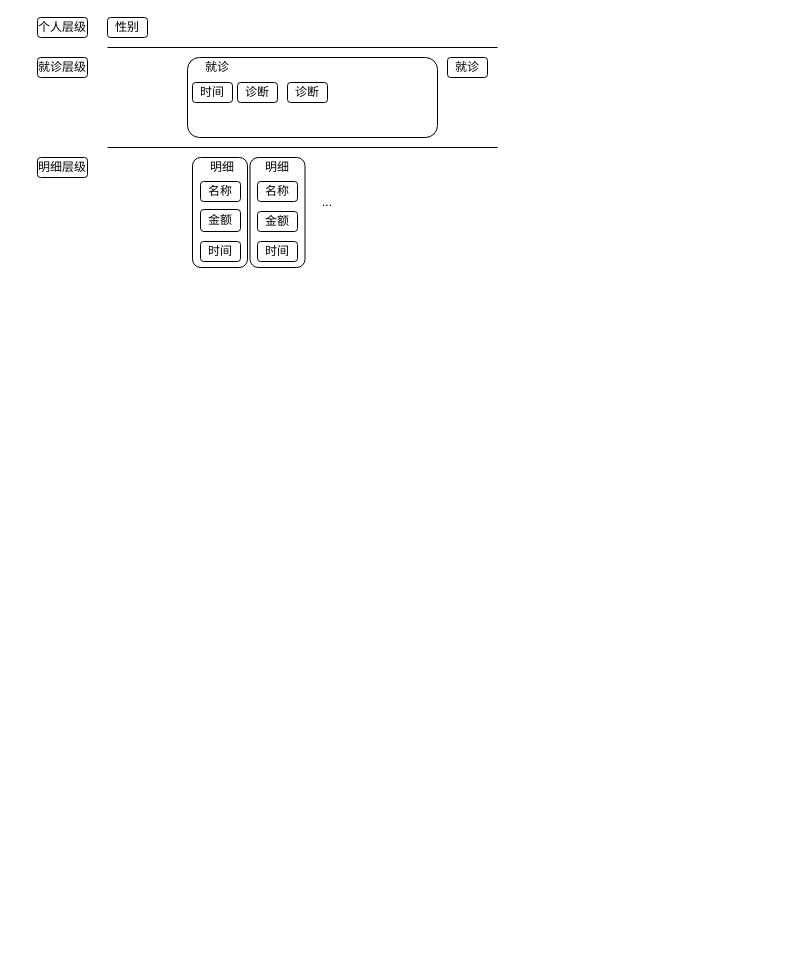
The draw.io diagram page "network" (3 of 3) of 专利/med2vec.drawio in XiaoLiuAI/diagrams, before the edit. Source tidied: cells renumbered, new cells numbered last; positions are measured from the earlier drawing's top-left corner, leaving out a move shared by most shapes. Both pictures are drawn from the tidied source at 100%, with x=0, y=0 at pixel (37, 17).
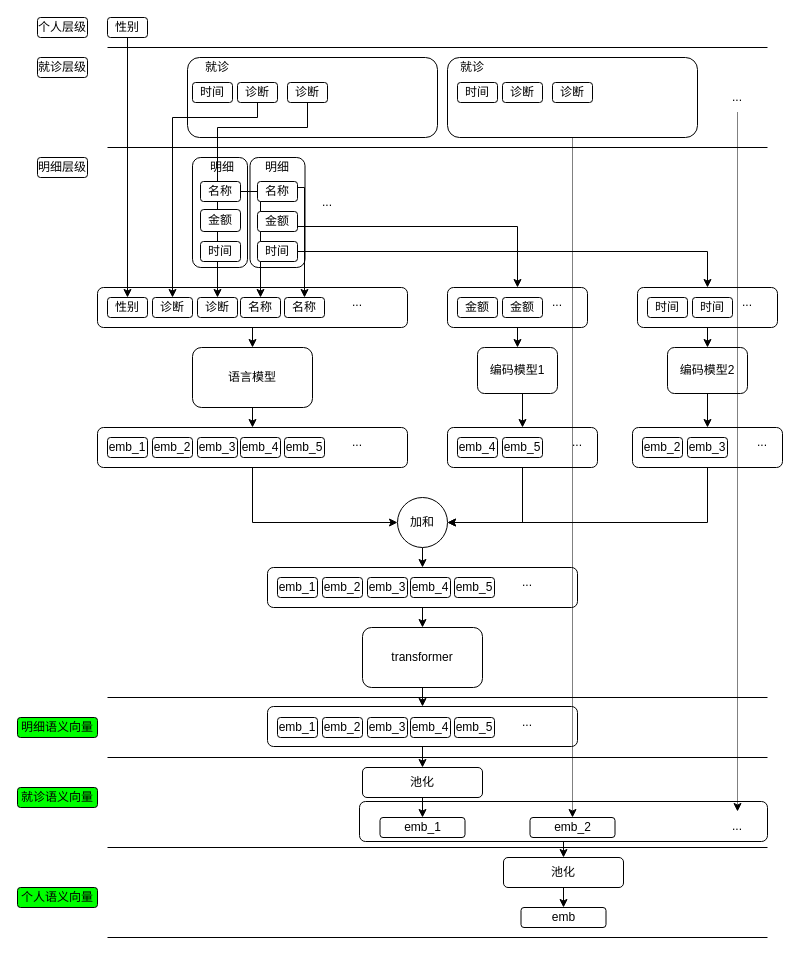
After the change.

The change refers to these unchanged cells:
```xml
<mxCell id="5" value="性别" style="rounded=1;whiteSpace=wrap;html=1;" parent="1" vertex="1">
  <mxGeometry x="70" width="40" height="20" as="geometry" />
</mxCell>
<mxCell id="8" value="诊断" style="rounded=1;whiteSpace=wrap;html=1;" parent="1" vertex="1">
  <mxGeometry x="200" y="65" width="40" height="20" as="geometry" />
</mxCell>
<mxCell id="9" value="诊断" style="rounded=1;whiteSpace=wrap;html=1;" parent="1" vertex="1">
  <mxGeometry x="250" y="65" width="40" height="20" as="geometry" />
</mxCell>
<mxCell id="10" value="名称" style="rounded=1;whiteSpace=wrap;html=1;" parent="1" vertex="1">
  <mxGeometry x="163" y="164" width="40" height="20" as="geometry" />
</mxCell>
<mxCell id="13" value="金额" style="rounded=1;whiteSpace=wrap;html=1;" parent="1" vertex="1">
  <mxGeometry x="220" y="194" width="40" height="20" as="geometry" />
</mxCell>
<mxCell id="15" value="时间" style="rounded=1;whiteSpace=wrap;html=1;" parent="1" vertex="1">
  <mxGeometry x="220" y="224" width="40" height="20" as="geometry" />
</mxCell>
<mxCell id="25" value="..." style="text;html=1;strokeColor=none;fillColor=none;align=center;verticalAlign=middle;whiteSpace=wrap;rounded=0;" parent="1" vertex="1">
  <mxGeometry x="260" y="170" width="60" height="30" as="geometry" />
</mxCell>
```

What changed in the source:
```diff
@@
+    <mxCell id="26" style="edgeStyle=orthogonalEdgeStyle;rounded=0;jettySize=auto;html=1;exitX=0.5;exitY=1;exitDx=0;exitDy=0;entryX=0.5;entryY=0;entryDx=0;entryDy=0;fontColor=#33FF33;" parent="1" edge="1" source="27" target="114">
+      <mxGeometry relative="1" as="geometry" />
+    </mxCell>
+    <mxCell id="27" style="rounded=1;whiteSpace=wrap;html=1;" parent="1" vertex="1">
+      <mxGeometry x="322" y="784" width="408" height="40" as="geometry" />
+    </mxCell>
+    <mxCell id="28" style="edgeStyle=none;rounded=0;jettySize=auto;html=1;exitX=0.5;exitY=1;exitDx=0;exitDy=0;entryX=0.5;entryY=0;entryDx=0;entryDy=0;" parent="1" edge="1" source="29" target="42">
+      <mxGeometry relative="1" as="geometry" />
+    </mxCell>
+    <mxCell id="29" style="rounded=1;whiteSpace=wrap;html=1;" parent="1" vertex="1">
+      <mxGeometry x="60" y="270" width="310" height="40" as="geometry" />
+    </mxCell>
@@
+    <mxCell id="30" style="edgeStyle=orthogonalEdgeStyle;rounded=0;jettySize=auto;html=1;exitX=0.5;exitY=1;exitDx=0;exitDy=0;entryX=0.5;entryY=0;entryDx=0;entryDy=0;" parent="1" edge="1" source="5" target="36">
+      <mxGeometry relative="1" as="geometry" />
+    </mxCell>
@@
-    <mxCell id="7" value="就诊" style="rounded=1;whiteSpace=wrap;html=1;" parent="1" vertex="1">
-      <mxGeometry x="410" y="40" width="40" height="20" as="geometry" />
-    </mxCell>
+    <mxCell id="31" style="edgeStyle=orthogonalEdgeStyle;rounded=0;jettySize=auto;html=1;exitX=0.5;exitY=1;exitDx=0;exitDy=0;entryX=0.5;entryY=0;entryDx=0;entryDy=0;" parent="1" edge="1" source="8" target="37">
+      <mxGeometry relative="1" as="geometry">
+        <Array as="points">
+          <mxPoint x="220" y="100" />
+          <mxPoint x="135" y="100" />
+        </Array>
+      </mxGeometry>
+    </mxCell>
@@
+    <mxCell id="32" style="edgeStyle=orthogonalEdgeStyle;rounded=0;jettySize=auto;html=1;exitX=0.5;exitY=1;exitDx=0;exitDy=0;entryX=0.5;entryY=0;entryDx=0;entryDy=0;" parent="1" edge="1" source="9" target="38">
+      <mxGeometry relative="1" as="geometry">
+        <Array as="points">
+          <mxPoint x="270" y="110" />
+          <mxPoint x="180" y="110" />
+        </Array>
+      </mxGeometry>
+    </mxCell>
@@
+    <mxCell id="33" style="edgeStyle=orthogonalEdgeStyle;rounded=0;jettySize=auto;html=1;exitX=1;exitY=0.5;exitDx=0;exitDy=0;entryX=0.5;entryY=0;entryDx=0;entryDy=0;" parent="1" edge="1" source="10" target="39">
+      <mxGeometry relative="1" as="geometry" />
+    </mxCell>
@@
+    <mxCell id="34" style="edgeStyle=orthogonalEdgeStyle;rounded=0;jettySize=auto;html=1;exitX=1;exitY=0.75;exitDx=0;exitDy=0;entryX=0.5;entryY=0;entryDx=0;entryDy=0;" parent="1" edge="1" source="13" target="53">
+      <mxGeometry relative="1" as="geometry" />
+    </mxCell>
@@
     <mxCell id="18" style="endArrow=none;html=1;rounded=0;" parent="1" edge="1">
       <mxGeometry relative="1" as="geometry">
         <mxPoint x="70" y="30" as="sourcePoint" />
-        <mxPoint x="460" y="30" as="targetPoint" />
+        <mxPoint x="730" y="30" as="targetPoint" />
       </mxGeometry>
     </mxCell>
     <mxCell id="19" style="endArrow=none;html=1;rounded=0;" parent="1" edge="1">
       <mxGeometry relative="1" as="geometry">
         <mxPoint x="70" y="130" as="sourcePoint" />
-        <mxPoint x="460" y="130" as="targetPoint" />
+        <mxPoint x="730" y="130" as="targetPoint" />
       </mxGeometry>
     </mxCell>
@@
+    <mxCell id="35" style="edgeStyle=orthogonalEdgeStyle;rounded=0;jettySize=auto;html=1;exitX=0;exitY=0;exitDx=0;exitDy=0;entryX=0.5;entryY=0;entryDx=0;entryDy=0;" parent="1" edge="1" source="25" target="40">
+      <mxGeometry relative="1" as="geometry">
+        <Array as="points">
+          <mxPoint x="267" y="170" />
+        </Array>
+      </mxGeometry>
+    </mxCell>
@@
+    <mxCell id="36" value="性别" style="rounded=1;whiteSpace=wrap;html=1;" parent="1" vertex="1">
+      <mxGeometry x="70" y="280" width="40" height="20" as="geometry" />
+    </mxCell>
+    <mxCell id="37" value="诊断" style="rounded=1;whiteSpace=wrap;html=1;" parent="1" vertex="1">
+      <mxGeometry x="115" y="280" width="40" height="20" as="geometry" />
+    </mxCell>
+    <mxCell id="38" value="诊断" style="rounded=1;whiteSpace=wrap;html=1;" parent="1" vertex="1">
+      <mxGeometry x="160" y="280" width="40" height="20" as="geometry" />
+    </mxCell>
+    <mxCell id="39" value="名称" style="rounded=1;whiteSpace=wrap;html=1;" parent="1" vertex="1">
+      <mxGeometry x="203" y="280" width="40" height="20" as="geometry" />
+    </mxCell>
+    <mxCell id="40" value="名称" style="rounded=1;whiteSpace=wrap;html=1;" parent="1" vertex="1">
+      <mxGeometry x="247" y="280" width="40" height="20" as="geometry" />
+    </mxCell>
+    <mxCell id="41" value="..." style="text;html=1;strokeColor=none;fillColor=none;align=center;verticalAlign=middle;whiteSpace=wrap;rounded=0;" parent="1" vertex="1">
+      <mxGeometry x="290" y="270" width="60" height="30" as="geometry" />
+    </mxCell>
+    <mxCell id="42" value="语言模型" style="rounded=1;whiteSpace=wrap;html=1;" parent="1" vertex="1">
+      <mxGeometry x="155" y="330" width="120" height="60" as="geometry" />
+    </mxCell>
+    <mxCell id="43" style="edgeStyle=orthogonalEdgeStyle;rounded=0;jettySize=auto;html=1;exitX=0.5;exitY=1;exitDx=0;exitDy=0;entryX=0;entryY=0.5;entryDx=0;entryDy=0;" parent="1" edge="1" source="44" target="76">
+      <mxGeometry relative="1" as="geometry" />
+    </mxCell>
+    <mxCell id="44" style="rounded=1;whiteSpace=wrap;html=1;" parent="1" vertex="1">
+      <mxGeometry x="60" y="410" width="310" height="40" as="geometry" />
+    </mxCell>
+    <mxCell id="45" value="emb_1" style="rounded=1;whiteSpace=wrap;html=1;" parent="1" vertex="1">
+      <mxGeometry x="70" y="420" width="40" height="20" as="geometry" />
+    </mxCell>
+    <mxCell id="46" value="emb_2" style="rounded=1;whiteSpace=wrap;html=1;" parent="1" vertex="1">
+      <mxGeometry x="115" y="420" width="40" height="20" as="geometry" />
+    </mxCell>
+    <mxCell id="47" value="emb_3" style="rounded=1;whiteSpace=wrap;html=1;" parent="1" vertex="1">
+      <mxGeometry x="160" y="420" width="40" height="20" as="geometry" />
+    </mxCell>
+    <mxCell id="48" value="emb_4" style="rounded=1;whiteSpace=wrap;html=1;" parent="1" vertex="1">
+      <mxGeometry x="203" y="420" width="40" height="20" as="geometry" />
+    </mxCell>
+    <mxCell id="49" value="emb_5" style="rounded=1;whiteSpace=wrap;html=1;" parent="1" vertex="1">
+      <mxGeometry x="247" y="420" width="40" height="20" as="geometry" />
+    </mxCell>
+    <mxCell id="50" value="..." style="text;html=1;strokeColor=none;fillColor=none;align=center;verticalAlign=middle;whiteSpace=wrap;rounded=0;" parent="1" vertex="1">
+      <mxGeometry x="290" y="410" width="60" height="30" as="geometry" />
+    </mxCell>
+    <mxCell id="51" style="edgeStyle=none;rounded=0;jettySize=auto;html=1;exitX=0.5;exitY=1;exitDx=0;exitDy=0;entryX=0.5;entryY=0;entryDx=0;entryDy=0;" parent="1" edge="1" source="42" target="44">
+      <mxGeometry relative="1" as="geometry" />
+    </mxCell>
+    <mxCell id="52" style="edgeStyle=orthogonalEdgeStyle;rounded=0;jettySize=auto;html=1;exitX=0.5;exitY=1;exitDx=0;exitDy=0;entryX=0.5;entryY=0;entryDx=0;entryDy=0;" parent="1" edge="1" source="53" target="64">
+      <mxGeometry relative="1" as="geometry" />
+    </mxCell>
+    <mxCell id="53" style="rounded=1;whiteSpace=wrap;html=1;" parent="1" vertex="1">
+      <mxGeometry x="410" y="270" width="140" height="40" as="geometry" />
+    </mxCell>
+    <mxCell id="54" value="金额" style="rounded=1;whiteSpace=wrap;html=1;" parent="1" vertex="1">
+      <mxGeometry x="420" y="280" width="40" height="20" as="geometry" />
+    </mxCell>
+    <mxCell id="55" value="金额" style="rounded=1;whiteSpace=wrap;html=1;" parent="1" vertex="1">
+      <mxGeometry x="465" y="280" width="40" height="20" as="geometry" />
+    </mxCell>
+    <mxCell id="56" value="..." style="text;html=1;strokeColor=none;fillColor=none;align=center;verticalAlign=middle;whiteSpace=wrap;rounded=0;" parent="1" vertex="1">
+      <mxGeometry x="490" y="270" width="60" height="30" as="geometry" />
+    </mxCell>
+    <mxCell id="57" style="edgeStyle=orthogonalEdgeStyle;rounded=0;jettySize=auto;html=1;exitX=0.5;exitY=1;exitDx=0;exitDy=0;entryX=0.5;entryY=0;entryDx=0;entryDy=0;" parent="1" edge="1" source="58" target="66">
+      <mxGeometry relative="1" as="geometry" />
+    </mxCell>
+    <mxCell id="58" style="rounded=1;whiteSpace=wrap;html=1;" parent="1" vertex="1">
+      <mxGeometry x="600" y="270" width="140" height="40" as="geometry" />
+    </mxCell>
+    <mxCell id="59" value="时间" style="rounded=1;whiteSpace=wrap;html=1;" parent="1" vertex="1">
+      <mxGeometry x="610" y="280" width="40" height="20" as="geometry" />
+    </mxCell>
+    <mxCell id="60" value="时间" style="rounded=1;whiteSpace=wrap;html=1;" parent="1" vertex="1">
+      <mxGeometry x="655" y="280" width="40" height="20" as="geometry" />
+    </mxCell>
+    <mxCell id="61" value="..." style="text;html=1;strokeColor=none;fillColor=none;align=center;verticalAlign=middle;whiteSpace=wrap;rounded=0;" parent="1" vertex="1">
+      <mxGeometry x="680" y="270" width="60" height="30" as="geometry" />
+    </mxCell>
+    <mxCell id="62" style="edgeStyle=orthogonalEdgeStyle;rounded=0;jettySize=auto;html=1;exitX=1;exitY=0.5;exitDx=0;exitDy=0;entryX=0.5;entryY=0;entryDx=0;entryDy=0;" parent="1" edge="1" source="15" target="58">
+      <mxGeometry relative="1" as="geometry" />
+    </mxCell>
+    <mxCell id="63" style="edgeStyle=orthogonalEdgeStyle;rounded=0;jettySize=auto;html=1;exitX=0.5;exitY=1;exitDx=0;exitDy=0;entryX=0.5;entryY=0;entryDx=0;entryDy=0;" parent="1" edge="1" source="64" target="67">
+      <mxGeometry relative="1" as="geometry" />
+    </mxCell>
+    <mxCell id="64" value="编码模型1" style="rounded=1;whiteSpace=wrap;html=1;" parent="1" vertex="1">
+      <mxGeometry x="440" y="330" width="80" height="46" as="geometry" />
+    </mxCell>
+    <mxCell id="65" style="edgeStyle=orthogonalEdgeStyle;rounded=0;jettySize=auto;html=1;exitX=0.5;exitY=1;exitDx=0;exitDy=0;entryX=0.5;entryY=0;entryDx=0;entryDy=0;" parent="1" edge="1" source="66" target="71">
+      <mxGeometry relative="1" as="geometry" />
+    </mxCell>
+    <mxCell id="66" value="编码模型2" style="rounded=1;whiteSpace=wrap;html=1;" parent="1" vertex="1">
+      <mxGeometry x="630" y="330" width="80" height="46" as="geometry" />
+    </mxCell>
+    <mxCell id="67" style="rounded=1;whiteSpace=wrap;html=1;" parent="1" vertex="1">
+      <mxGeometry x="410" y="410" width="150" height="40" as="geometry" />
+    </mxCell>
+    <mxCell id="68" value="emb_4" style="rounded=1;whiteSpace=wrap;html=1;" parent="1" vertex="1">
+      <mxGeometry x="420" y="420" width="40" height="20" as="geometry" />
+    </mxCell>
+    <mxCell id="69" value="emb_5" style="rounded=1;whiteSpace=wrap;html=1;" parent="1" vertex="1">
+      <mxGeometry x="465" y="420" width="40" height="20" as="geometry" />
+    </mxCell>
+    <mxCell id="70" value="..." style="text;html=1;strokeColor=none;fillColor=none;align=center;verticalAlign=middle;whiteSpace=wrap;rounded=0;" parent="1" vertex="1">
+      <mxGeometry x="510" y="410" width="60" height="30" as="geometry" />
+    </mxCell>
+    <mxCell id="71" style="rounded=1;whiteSpace=wrap;html=1;" parent="1" vertex="1">
+      <mxGeometry x="595" y="410" width="150" height="40" as="geometry" />
+    </mxCell>
+    <mxCell id="72" value="emb_2" style="rounded=1;whiteSpace=wrap;html=1;" parent="1" vertex="1">
+      <mxGeometry x="605" y="420" width="40" height="20" as="geometry" />
+    </mxCell>
+    <mxCell id="73" value="emb_3" style="rounded=1;whiteSpace=wrap;html=1;" parent="1" vertex="1">
+      <mxGeometry x="650" y="420" width="40" height="20" as="geometry" />
+    </mxCell>
+    <mxCell id="74" value="..." style="text;html=1;strokeColor=none;fillColor=none;align=center;verticalAlign=middle;whiteSpace=wrap;rounded=0;" parent="1" vertex="1">
+      <mxGeometry x="695" y="410" width="60" height="30" as="geometry" />
+    </mxCell>
+    <mxCell id="75" style="edgeStyle=orthogonalEdgeStyle;rounded=0;jettySize=auto;html=1;exitX=0.5;exitY=1;exitDx=0;exitDy=0;entryX=0.5;entryY=0;entryDx=0;entryDy=0;" parent="1" edge="1" source="76">
+      <mxGeometry relative="1" as="geometry">
+        <mxPoint x="385" y="550" as="targetPoint" />
+      </mxGeometry>
+    </mxCell>
+    <mxCell id="76" value="加和" style="ellipse;whiteSpace=wrap;html=1;" parent="1" vertex="1">
+      <mxGeometry x="360" y="480" width="50" height="50" as="geometry" />
+    </mxCell>
+    <mxCell id="77" style="edgeStyle=orthogonalEdgeStyle;rounded=0;jettySize=auto;html=1;exitX=0.5;exitY=1;exitDx=0;exitDy=0;entryX=1;entryY=0.5;entryDx=0;entryDy=0;" parent="1" edge="1" source="67" target="76">
+      <mxGeometry relative="1" as="geometry" />
+    </mxCell>
+    <mxCell id="78" style="edgeStyle=orthogonalEdgeStyle;rounded=0;jettySize=auto;html=1;exitX=0.5;exitY=1;exitDx=0;exitDy=0;entryX=1;entryY=0.5;entryDx=0;entryDy=0;" parent="1" edge="1" source="71" target="76">
+      <mxGeometry relative="1" as="geometry" />
+    </mxCell>
+    <mxCell id="79" style="edgeStyle=orthogonalEdgeStyle;rounded=0;jettySize=auto;html=1;exitX=0.5;exitY=1;exitDx=0;exitDy=0;entryX=0.5;entryY=0;entryDx=0;entryDy=0;" parent="1" edge="1" target="81">
+      <mxGeometry relative="1" as="geometry">
+        <mxPoint x="385" y="590" as="sourcePoint" />
+      </mxGeometry>
+    </mxCell>
+    <mxCell id="80" style="edgeStyle=orthogonalEdgeStyle;rounded=0;jettySize=auto;html=1;exitX=0.5;exitY=1;exitDx=0;exitDy=0;entryX=0.5;entryY=0;entryDx=0;entryDy=0;" parent="1" edge="1" source="81" target="92">
+      <mxGeometry relative="1" as="geometry" />
+    </mxCell>
+    <mxCell id="81" value="transformer" style="rounded=1;whiteSpace=wrap;html=1;" parent="1" vertex="1">
+      <mxGeometry x="325" y="610" width="120" height="60" as="geometry" />
+    </mxCell>
+    <mxCell id="82" value="明细语义向量" style="rounded=1;whiteSpace=wrap;html=1;fillColor=#00FF00;" parent="1" vertex="1">
+      <mxGeometry x="-20" y="700" width="80" height="20" as="geometry" />
+    </mxCell>
+    <mxCell id="83" style="group;" parent="1" vertex="1">
+      <mxGeometry x="230" y="550" width="310" height="40" as="geometry" />
+    </mxCell>
+    <mxCell id="84" style="rounded=1;whiteSpace=wrap;html=1;" parent="83" vertex="1">
+      <mxGeometry width="310" height="40" as="geometry" />
+    </mxCell>
+    <mxCell id="85" value="emb_1" style="rounded=1;whiteSpace=wrap;html=1;" parent="83" vertex="1">
+      <mxGeometry x="10" y="10" width="40" height="20" as="geometry" />
+    </mxCell>
+    <mxCell id="86" value="emb_2" style="rounded=1;whiteSpace=wrap;html=1;" parent="83" vertex="1">
+      <mxGeometry x="55" y="10" width="40" height="20" as="geometry" />
+    </mxCell>
+    <mxCell id="87" value="emb_3" style="rounded=1;whiteSpace=wrap;html=1;" parent="83" vertex="1">
+      <mxGeometry x="100" y="10" width="40" height="20" as="geometry" />
+    </mxCell>
+    <mxCell id="88" value="emb_4" style="rounded=1;whiteSpace=wrap;html=1;" parent="83" vertex="1">
+      <mxGeometry x="143" y="10" width="40" height="20" as="geometry" />
+    </mxCell>
+    <mxCell id="89" value="emb_5" style="rounded=1;whiteSpace=wrap;html=1;" parent="83" vertex="1">
+      <mxGeometry x="187" y="10" width="40" height="20" as="geometry" />
+    </mxCell>
+    <mxCell id="90" value="..." style="text;html=1;strokeColor=none;fillColor=none;align=center;verticalAlign=middle;whiteSpace=wrap;rounded=0;" parent="83" vertex="1">
+      <mxGeometry x="230" width="60" height="30" as="geometry" />
+    </mxCell>
+    <mxCell id="91" style="group;" parent="1" vertex="1">
+      <mxGeometry x="230" y="690" width="310" height="40" as="geometry" />
+    </mxCell>
+    <mxCell id="92" style="rounded=1;whiteSpace=wrap;html=1;" parent="91" vertex="1">
+      <mxGeometry y="-1" width="310" height="40" as="geometry" />
+    </mxCell>
+    <mxCell id="93" value="emb_1" style="rounded=1;whiteSpace=wrap;html=1;" parent="91" vertex="1">
+      <mxGeometry x="10" y="10" width="40" height="20" as="geometry" />
+    </mxCell>
+    <mxCell id="94" value="emb_2" style="rounded=1;whiteSpace=wrap;html=1;" parent="91" vertex="1">
+      <mxGeometry x="55" y="10" width="40" height="20" as="geometry" />
+    </mxCell>
+    <mxCell id="95" value="emb_3" style="rounded=1;whiteSpace=wrap;html=1;" parent="91" vertex="1">
+      <mxGeometry x="100" y="10" width="40" height="20" as="geometry" />
+    </mxCell>
+    <mxCell id="96" value="emb_4" style="rounded=1;whiteSpace=wrap;html=1;" parent="91" vertex="1">
+      <mxGeometry x="143" y="10" width="40" height="20" as="geometry" />
+    </mxCell>
+    <mxCell id="97" value="emb_5" style="rounded=1;whiteSpace=wrap;html=1;" parent="91" vertex="1">
+      <mxGeometry x="187" y="10" width="40" height="20" as="geometry" />
+    </mxCell>
+    <mxCell id="98" value="..." style="text;html=1;strokeColor=none;fillColor=none;align=center;verticalAlign=middle;whiteSpace=wrap;rounded=0;" parent="91" vertex="1">
+      <mxGeometry x="230" width="60" height="30" as="geometry" />
+    </mxCell>
+    <mxCell id="99" style="edgeStyle=orthogonalEdgeStyle;rounded=0;jettySize=auto;html=1;exitX=0.5;exitY=1;exitDx=0;exitDy=0;entryX=0.5;entryY=0;entryDx=0;entryDy=0;fontColor=#33FF33;" parent="1" edge="1" source="100" target="102">
+      <mxGeometry relative="1" as="geometry" />
+    </mxCell>
+    <mxCell id="100" value="池化" style="rounded=1;whiteSpace=wrap;html=1;" parent="1" vertex="1">
+      <mxGeometry x="325" y="750" width="120" height="30" as="geometry" />
+    </mxCell>
+    <mxCell id="101" style="edgeStyle=orthogonalEdgeStyle;rounded=0;jettySize=auto;html=1;exitX=0.5;exitY=1;exitDx=0;exitDy=0;entryX=0.5;entryY=0;entryDx=0;entryDy=0;fontColor=#33FF33;" parent="1" edge="1" source="92" target="100">
+      <mxGeometry relative="1" as="geometry" />
+    </mxCell>
+    <mxCell id="102" value="emb_1" style="rounded=1;whiteSpace=wrap;html=1;" parent="1" vertex="1">
+      <mxGeometry x="342.5" y="800" width="85" height="20" as="geometry" />
+    </mxCell>
+    <mxCell id="103" style="edgeStyle=orthogonalEdgeStyle;rounded=0;jettySize=auto;html=1;exitX=0.5;exitY=1;exitDx=0;exitDy=0;entryX=0.5;entryY=0;entryDx=0;entryDy=0;fontColor=#33FF33;dashed=1;dashPattern=1 1;" parent="1" edge="1" source="104" target="112">
+      <mxGeometry relative="1" as="geometry" />
+    </mxCell>
+    <mxCell id="104" style="rounded=1;whiteSpace=wrap;html=1;" parent="1" vertex="1">
+      <mxGeometry x="410" y="40" width="250" height="80" as="geometry" />
+    </mxCell>
+    <mxCell id="105" value="诊断" style="rounded=1;whiteSpace=wrap;html=1;" parent="1" vertex="1">
+      <mxGeometry x="465" y="65" width="40" height="20" as="geometry" />
+    </mxCell>
+    <mxCell id="106" value="诊断" style="rounded=1;whiteSpace=wrap;html=1;" parent="1" vertex="1">
+      <mxGeometry x="515" y="65" width="40" height="20" as="geometry" />
+    </mxCell>
+    <mxCell id="107" value="时间" style="rounded=1;whiteSpace=wrap;html=1;" parent="1" vertex="1">
+      <mxGeometry x="420" y="65" width="40" height="20" as="geometry" />
+    </mxCell>
+    <mxCell id="108" style="endArrow=none;html=1;rounded=0;" parent="1" edge="1">
+      <mxGeometry relative="1" as="geometry">
+        <mxPoint x="70" y="740" as="sourcePoint" />
+        <mxPoint x="730" y="740" as="targetPoint" />
+      </mxGeometry>
+    </mxCell>
+    <mxCell id="109" style="endArrow=none;html=1;rounded=0;" parent="1" edge="1">
+      <mxGeometry relative="1" as="geometry">
+        <mxPoint x="70" y="680" as="sourcePoint" />
+        <mxPoint x="730" y="680" as="targetPoint" />
+      </mxGeometry>
+    </mxCell>
+    <mxCell id="110" value="就诊语义向量" style="rounded=1;whiteSpace=wrap;html=1;fillColor=#00FF00;" parent="1" vertex="1">
+      <mxGeometry x="-20" y="770" width="80" height="20" as="geometry" />
+    </mxCell>
+    <mxCell id="111" style="endArrow=none;html=1;rounded=0;" parent="1" edge="1">
+      <mxGeometry relative="1" as="geometry">
+        <mxPoint x="70" y="830" as="sourcePoint" />
+        <mxPoint x="730" y="830" as="targetPoint" />
+      </mxGeometry>
+    </mxCell>
+    <mxCell id="7" value="就诊" style="text;html=1;strokeColor=none;fillColor=none;align=center;verticalAlign=middle;whiteSpace=wrap;rounded=0;" parent="1" vertex="1">
+      <mxGeometry x="405" y="35" width="60" height="30" as="geometry" />
+    </mxCell>
+    <mxCell id="112" value="emb_2" style="rounded=1;whiteSpace=wrap;html=1;" parent="1" vertex="1">
+      <mxGeometry x="492.5" y="800" width="85" height="20" as="geometry" />
+    </mxCell>
+    <mxCell id="113" style="edgeStyle=orthogonalEdgeStyle;rounded=0;jettySize=auto;html=1;exitX=0.5;exitY=1;exitDx=0;exitDy=0;entryX=0.5;entryY=0;entryDx=0;entryDy=0;fontColor=#33FF33;" parent="1" edge="1" source="114" target="115">
+      <mxGeometry relative="1" as="geometry" />
+    </mxCell>
+    <mxCell id="114" value="池化" style="rounded=1;whiteSpace=wrap;html=1;" parent="1" vertex="1">
+      <mxGeometry x="466" y="840" width="120" height="30" as="geometry" />
+    </mxCell>
+    <mxCell id="115" value="emb" style="rounded=1;whiteSpace=wrap;html=1;" parent="1" vertex="1">
+      <mxGeometry x="483.5" y="890" width="85" height="20" as="geometry" />
+    </mxCell>
+    <mxCell id="116" style="endArrow=none;html=1;rounded=0;" parent="1" edge="1">
+      <mxGeometry relative="1" as="geometry">
+        <mxPoint x="70" y="920" as="sourcePoint" />
+        <mxPoint x="730" y="920" as="targetPoint" />
+      </mxGeometry>
+    </mxCell>
+    <mxCell id="117" value="个人语义向量" style="rounded=1;whiteSpace=wrap;html=1;fillColor=#00FF00;" parent="1" vertex="1">
+      <mxGeometry x="-20" y="870" width="80" height="20" as="geometry" />
+    </mxCell>
+    <mxCell id="118" style="edgeStyle=orthogonalEdgeStyle;rounded=0;jettySize=auto;html=1;exitX=0.5;exitY=1;exitDx=0;exitDy=0;entryX=0.5;entryY=0;entryDx=0;entryDy=0;dashed=1;dashPattern=1 1;fontColor=#33FF33;" parent="1" edge="1" source="119" target="120">
+      <mxGeometry relative="1" as="geometry" />
+    </mxCell>
+    <mxCell id="119" value="..." style="text;html=1;strokeColor=none;fillColor=none;align=center;verticalAlign=middle;whiteSpace=wrap;rounded=0;" parent="1" vertex="1">
+      <mxGeometry x="670" y="65" width="60" height="30" as="geometry" />
+    </mxCell>
+    <mxCell id="120" value="..." style="text;html=1;strokeColor=none;fillColor=none;align=center;verticalAlign=middle;whiteSpace=wrap;rounded=0;" parent="1" vertex="1">
+      <mxGeometry x="670" y="794" width="60" height="30" as="geometry" />
+    </mxCell>
```
